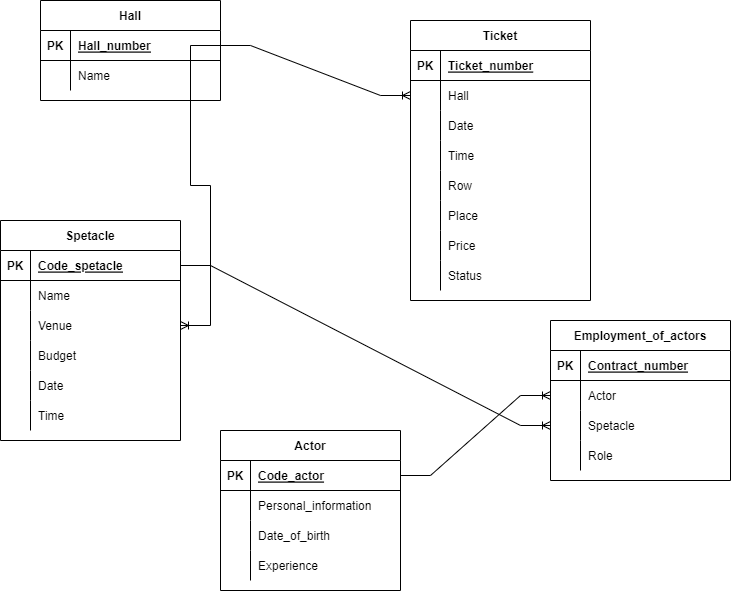
Above: База данных театра-Страница 1.drawio.png in MakarovIS/Data-base (draw.io), before the change. Source tidied: cells renumbered, new cells last; positions are measured from the earlier drawing's top-left corner, leaving out a move shared by most shapes.
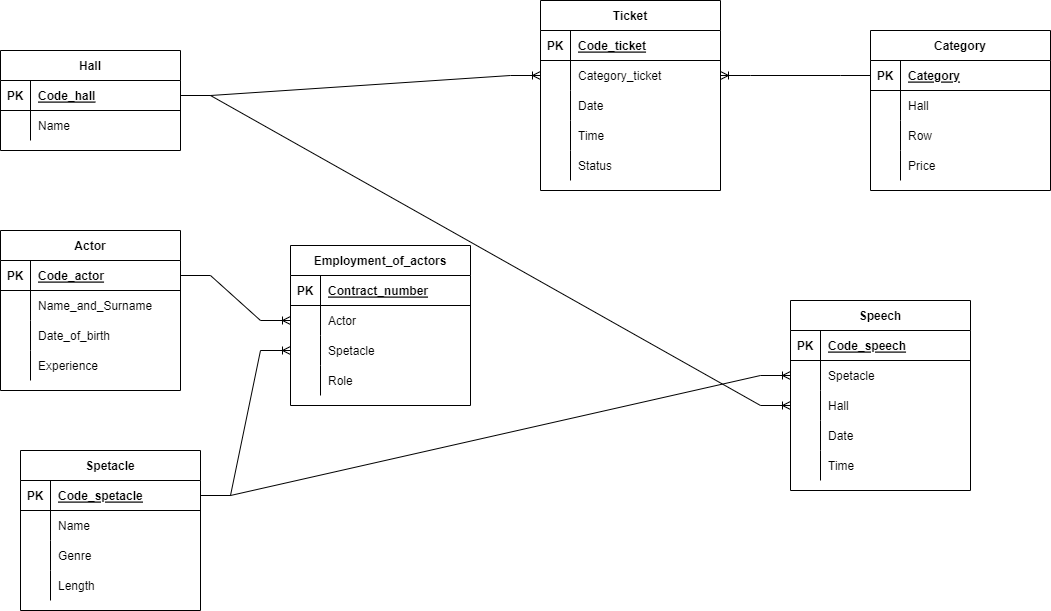
After the change.

Diff of the diagram source:
```diff
@@ -3,7 +3,7 @@
     <mxCell id="0" />
     <mxCell id="1" parent="0" />
     <mxCell id="2" value="Actor" style="shape=table;startSize=30;rowLines=0;fontStyle=1;align=center;" parent="1" vertex="1">
-      <mxGeometry x="220" y="430" width="180" height="160" as="geometry" />
+      <mxGeometry x="40" y="240" width="180" height="160" as="geometry" />
     </mxCell>
     <mxCell id="3" style="shape=tableRow;horizontal=0;startSize=0;swimlaneHead=0;swimlaneBody=0;fillColor=none;points=[[0,0.5],[1,0.5]];portConstraint=eastwest;top=0;left=0;right=0;bottom=1;" parent="2" vertex="1">
       <mxGeometry y="30" width="180" height="30" as="geometry" />
@@ -20,7 +20,7 @@
     <mxCell id="7" style="shape=partialRectangle;fillColor=none;top=0;left=0;bottom=0;right=0;overflow=hidden;" parent="6" vertex="1">
       <mxGeometry width="30" height="30" as="geometry" />
     </mxCell>
-    <mxCell id="8" value="Personal_information" style="shape=partialRectangle;fillColor=none;top=0;left=0;bottom=0;right=0;align=left;spacingLeft=6;overflow=hidden;" parent="6" vertex="1">
+    <mxCell id="8" value="Name_and_Surname" style="shape=partialRectangle;fillColor=none;top=0;left=0;bottom=0;right=0;align=left;spacingLeft=6;overflow=hidden;" parent="6" vertex="1">
       <mxGeometry x="30" width="150" height="30" as="geometry" />
     </mxCell>
     <mxCell id="9" style="shape=tableRow;horizontal=0;startSize=0;swimlaneHead=0;swimlaneBody=0;fillColor=none;top=0;left=0;right=0;bottom=0;" parent="2" vertex="1">
@@ -42,7 +42,7 @@
       <mxGeometry x="30" width="150" height="30" as="geometry" />
     </mxCell>
     <mxCell id="15" value="Employment_of_actors" style="shape=table;startSize=30;rowLines=0;fontStyle=1;align=center;" parent="1" vertex="1">
-      <mxGeometry x="550" y="320" width="180" height="160" as="geometry" />
+      <mxGeometry x="330" y="255" width="180" height="160" as="geometry" />
     </mxCell>
     <mxCell id="16" style="shape=tableRow;horizontal=0;startSize=0;swimlaneHead=0;swimlaneBody=0;fillColor=none;top=0;left=0;right=0;bottom=1;" parent="15" vertex="1">
       <mxGeometry y="30" width="180" height="30" as="geometry" />
@@ -81,7 +81,7 @@
       <mxGeometry x="30" width="150" height="30" as="geometry" />
     </mxCell>
     <mxCell id="28" value="Spetacle" style="shape=table;startSize=30;rowLines=0;fontStyle=1;align=center;" parent="1" vertex="1">
-      <mxGeometry y="220" width="180" height="220" as="geometry" />
+      <mxGeometry x="60" y="460" width="180" height="160" as="geometry" />
     </mxCell>
     <mxCell id="29" style="shape=tableRow;horizontal=0;startSize=0;swimlaneHead=0;swimlaneBody=0;fillColor=none;points=[[0,0.5],[1,0.5]];portConstraint=eastwest;top=0;left=0;right=0;bottom=1;" parent="28" vertex="1">
       <mxGeometry y="30" width="180" height="30" as="geometry" />
@@ -101,44 +101,26 @@
     <mxCell id="34" value="Name" style="shape=partialRectangle;fillColor=none;top=0;left=0;bottom=0;right=0;align=left;spacingLeft=6;overflow=hidden;" parent="32" vertex="1">
       <mxGeometry x="30" width="150" height="30" as="geometry" />
     </mxCell>
-    <mxCell id="35" style="shape=tableRow;horizontal=0;startSize=0;swimlaneHead=0;swimlaneBody=0;fillColor=none;points=[[0,0.5],[1,0.5]];portConstraint=eastwest;top=0;left=0;right=0;bottom=0;" parent="28" vertex="1">
-      <mxGeometry y="90" width="180" height="30" as="geometry" />
-    </mxCell>
-    <mxCell id="36" style="shape=partialRectangle;fillColor=none;top=0;left=0;bottom=0;right=0;overflow=hidden;" parent="35" vertex="1">
-      <mxGeometry width="30" height="30" as="geometry" />
-    </mxCell>
-    <mxCell id="37" value="Venue" style="shape=partialRectangle;fillColor=none;top=0;left=0;bottom=0;right=0;align=left;spacingLeft=6;overflow=hidden;" parent="35" vertex="1">
-      <mxGeometry x="30" width="150" height="30" as="geometry" />
-    </mxCell>
-    <mxCell id="38" style="shape=tableRow;horizontal=0;startSize=0;swimlaneHead=0;swimlaneBody=0;fillColor=none;top=0;left=0;right=0;bottom=0;" parent="28" vertex="1">
-      <mxGeometry y="120" width="180" height="30" as="geometry" />
-    </mxCell>
-    <mxCell id="39" style="shape=partialRectangle;fillColor=none;top=0;left=0;bottom=0;right=0;overflow=hidden;" parent="38" vertex="1">
-      <mxGeometry width="30" height="30" as="geometry" />
-    </mxCell>
-    <mxCell id="40" value="Budget" style="shape=partialRectangle;fillColor=none;top=0;left=0;bottom=0;right=0;align=left;spacingLeft=6;overflow=hidden;" parent="38" vertex="1">
-      <mxGeometry x="30" width="150" height="30" as="geometry" />
-    </mxCell>
     <mxCell id="41" style="shape=tableRow;horizontal=0;startSize=0;swimlaneHead=0;swimlaneBody=0;fillColor=none;top=0;left=0;right=0;bottom=0;" parent="28" vertex="1">
-      <mxGeometry y="150" width="180" height="30" as="geometry" />
+      <mxGeometry y="90" width="180" height="30" as="geometry" />
     </mxCell>
     <mxCell id="42" style="shape=partialRectangle;fillColor=none;top=0;left=0;bottom=0;right=0;overflow=hidden;" parent="41" vertex="1">
       <mxGeometry width="30" height="30" as="geometry" />
     </mxCell>
-    <mxCell id="43" value="Date" style="shape=partialRectangle;fillColor=none;top=0;left=0;bottom=0;right=0;align=left;spacingLeft=6;overflow=hidden;" parent="41" vertex="1">
+    <mxCell id="43" value="Genre" style="shape=partialRectangle;fillColor=none;top=0;left=0;bottom=0;right=0;align=left;spacingLeft=6;overflow=hidden;" parent="41" vertex="1">
       <mxGeometry x="30" width="150" height="30" as="geometry" />
     </mxCell>
     <mxCell id="44" style="shape=tableRow;horizontal=0;startSize=0;swimlaneHead=0;swimlaneBody=0;fillColor=none;top=0;left=0;right=0;bottom=0;" parent="28" vertex="1">
-      <mxGeometry y="180" width="180" height="30" as="geometry" />
+      <mxGeometry y="120" width="180" height="30" as="geometry" />
     </mxCell>
     <mxCell id="45" style="shape=partialRectangle;fillColor=none;top=0;left=0;bottom=0;right=0;overflow=hidden;" parent="44" vertex="1">
       <mxGeometry width="30" height="30" as="geometry" />
     </mxCell>
-    <mxCell id="46" value="Time" style="shape=partialRectangle;fillColor=none;top=0;left=0;bottom=0;right=0;align=left;spacingLeft=6;overflow=hidden;" parent="44" vertex="1">
+    <mxCell id="46" value="Length" style="shape=partialRectangle;fillColor=none;top=0;left=0;bottom=0;right=0;align=left;spacingLeft=6;overflow=hidden;" parent="44" vertex="1">
       <mxGeometry x="30" width="150" height="30" as="geometry" />
     </mxCell>
     <mxCell id="47" value="Ticket" style="shape=table;startSize=30;rowLines=0;fontStyle=1;align=center;" parent="1" vertex="1">
-      <mxGeometry x="410" y="20" width="180" height="280" as="geometry" />
+      <mxGeometry x="580" y="10" width="180" height="190" as="geometry" />
     </mxCell>
     <mxCell id="48" style="shape=tableRow;horizontal=0;startSize=0;swimlaneHead=0;swimlaneBody=0;fillColor=none;top=0;left=0;right=0;bottom=1;" parent="47" vertex="1">
       <mxGeometry y="30" width="180" height="30" as="geometry" />
@@ -146,7 +128,7 @@
     <mxCell id="49" value="PK" style="shape=partialRectangle;fillColor=none;top=0;left=0;bottom=0;right=0;fontStyle=1;overflow=hidden;" parent="48" vertex="1">
       <mxGeometry width="30" height="30" as="geometry" />
     </mxCell>
-    <mxCell id="50" value="Ticket_number" style="shape=partialRectangle;fillColor=none;top=0;left=0;bottom=0;right=0;align=left;spacingLeft=6;fontStyle=5;overflow=hidden;" parent="48" vertex="1">
+    <mxCell id="50" value="Code_ticket" style="shape=partialRectangle;fillColor=none;top=0;left=0;bottom=0;right=0;align=left;spacingLeft=6;fontStyle=5;overflow=hidden;" parent="48" vertex="1">
       <mxGeometry x="30" width="150" height="30" as="geometry" />
     </mxCell>
     <mxCell id="51" style="shape=tableRow;horizontal=0;startSize=0;swimlaneHead=0;swimlaneBody=0;fillColor=none;points=[[0,0.5],[1,0.5]];portConstraint=eastwest;top=0;left=0;right=0;bottom=0;" parent="47" vertex="1">
@@ -155,7 +137,7 @@
     <mxCell id="52" style="shape=partialRectangle;fillColor=none;top=0;left=0;bottom=0;right=0;overflow=hidden;" parent="51" vertex="1">
       <mxGeometry width="30" height="30" as="geometry" />
     </mxCell>
-    <mxCell id="53" value="Hall" style="shape=partialRectangle;fillColor=none;top=0;left=0;bottom=0;right=0;align=left;spacingLeft=6;overflow=hidden;" parent="51" vertex="1">
+    <mxCell id="53" value="Category_ticket" style="shape=partialRectangle;fillColor=none;top=0;left=0;bottom=0;right=0;align=left;spacingLeft=6;overflow=hidden;" parent="51" vertex="1">
       <mxGeometry x="30" width="150" height="30" as="geometry" />
     </mxCell>
     <mxCell id="54" style="shape=tableRow;horizontal=0;startSize=0;swimlaneHead=0;swimlaneBody=0;fillColor=none;top=0;left=0;right=0;bottom=0;" parent="47" vertex="1">
@@ -176,35 +158,8 @@
     <mxCell id="59" value="Time" style="shape=partialRectangle;fillColor=none;top=0;left=0;bottom=0;right=0;align=left;spacingLeft=6;overflow=hidden;" parent="57" vertex="1">
       <mxGeometry x="30" width="150" height="30" as="geometry" />
     </mxCell>
-    <mxCell id="60" style="shape=tableRow;horizontal=0;startSize=0;swimlaneHead=0;swimlaneBody=0;fillColor=none;top=0;left=0;right=0;bottom=0;" parent="47" vertex="1">
-      <mxGeometry y="150" width="180" height="30" as="geometry" />
-    </mxCell>
-    <mxCell id="61" style="shape=partialRectangle;fillColor=none;top=0;left=0;bottom=0;right=0;overflow=hidden;" parent="60" vertex="1">
-      <mxGeometry width="30" height="30" as="geometry" />
-    </mxCell>
-    <mxCell id="62" value="Row" style="shape=partialRectangle;fillColor=none;top=0;left=0;bottom=0;right=0;align=left;spacingLeft=6;overflow=hidden;" parent="60" vertex="1">
-      <mxGeometry x="30" width="150" height="30" as="geometry" />
-    </mxCell>
-    <mxCell id="63" style="shape=tableRow;horizontal=0;startSize=0;swimlaneHead=0;swimlaneBody=0;fillColor=none;top=0;left=0;right=0;bottom=0;" parent="47" vertex="1">
-      <mxGeometry y="180" width="180" height="30" as="geometry" />
-    </mxCell>
-    <mxCell id="64" style="shape=partialRectangle;fillColor=none;top=0;left=0;bottom=0;right=0;overflow=hidden;" parent="63" vertex="1">
-      <mxGeometry width="30" height="30" as="geometry" />
-    </mxCell>
-    <mxCell id="65" value="Place" style="shape=partialRectangle;fillColor=none;top=0;left=0;bottom=0;right=0;align=left;spacingLeft=6;overflow=hidden;" parent="63" vertex="1">
-      <mxGeometry x="30" width="150" height="30" as="geometry" />
-    </mxCell>
-    <mxCell id="66" style="shape=tableRow;horizontal=0;startSize=0;swimlaneHead=0;swimlaneBody=0;fillColor=none;top=0;left=0;right=0;bottom=0;" parent="47" vertex="1">
-      <mxGeometry y="210" width="180" height="30" as="geometry" />
-    </mxCell>
-    <mxCell id="67" style="shape=partialRectangle;fillColor=none;top=0;left=0;bottom=0;right=0;overflow=hidden;" parent="66" vertex="1">
-      <mxGeometry width="30" height="30" as="geometry" />
-    </mxCell>
-    <mxCell id="68" value="Price" style="shape=partialRectangle;fillColor=none;top=0;left=0;bottom=0;right=0;align=left;spacingLeft=6;overflow=hidden;" parent="66" vertex="1">
-      <mxGeometry x="30" width="150" height="30" as="geometry" />
-    </mxCell>
     <mxCell id="69" style="shape=tableRow;horizontal=0;startSize=0;swimlaneHead=0;swimlaneBody=0;fillColor=none;top=0;left=0;right=0;bottom=0;" parent="47" vertex="1">
-      <mxGeometry y="240" width="180" height="30" as="geometry" />
+      <mxGeometry y="150" width="180" height="30" as="geometry" />
     </mxCell>
     <mxCell id="70" style="shape=partialRectangle;fillColor=none;top=0;left=0;bottom=0;right=0;overflow=hidden;" parent="69" vertex="1">
       <mxGeometry width="30" height="30" as="geometry" />
@@ -213,7 +168,7 @@
       <mxGeometry x="30" width="150" height="30" as="geometry" />
     </mxCell>
     <mxCell id="72" value="Hall" style="shape=table;startSize=30;rowLines=0;fontStyle=1;align=center;" parent="1" vertex="1">
-      <mxGeometry x="40" width="180" height="100" as="geometry" />
+      <mxGeometry x="40" y="60" width="180" height="100" as="geometry" />
     </mxCell>
     <mxCell id="73" style="shape=tableRow;horizontal=0;startSize=0;swimlaneHead=0;swimlaneBody=0;fillColor=none;points=[[0,0.5],[1,0.5]];portConstraint=eastwest;top=0;left=0;right=0;bottom=1;" parent="72" vertex="1">
       <mxGeometry y="30" width="180" height="30" as="geometry" />
@@ -221,7 +176,7 @@
     <mxCell id="74" value="PK" style="shape=partialRectangle;fillColor=none;top=0;left=0;bottom=0;right=0;fontStyle=1;overflow=hidden;" parent="73" vertex="1">
       <mxGeometry width="30" height="30" as="geometry" />
     </mxCell>
-    <mxCell id="75" value="Hall_number" style="shape=partialRectangle;fillColor=none;top=0;left=0;bottom=0;right=0;align=left;spacingLeft=6;fontStyle=5;overflow=hidden;" parent="73" vertex="1">
+    <mxCell id="75" value="Code_hall" style="shape=partialRectangle;fillColor=none;top=0;left=0;bottom=0;right=0;align=left;spacingLeft=6;fontStyle=5;overflow=hidden;" parent="73" vertex="1">
       <mxGeometry x="30" width="150" height="30" as="geometry" />
     </mxCell>
     <mxCell id="76" style="shape=tableRow;horizontal=0;startSize=0;swimlaneHead=0;swimlaneBody=0;fillColor=none;top=0;left=0;right=0;bottom=0;" parent="72" vertex="1">
@@ -239,10 +194,103 @@
     <mxCell id="80" style="edgeStyle=entityRelationEdgeStyle;fontSize=12;html=1;endArrow=ERoneToMany;rounded=0;exitX=1;exitY=0.5;exitDx=0;exitDy=0;entryX=0;entryY=0.5;entryDx=0;entryDy=0;" parent="1" edge="1" source="3" target="19">
       <mxGeometry relative="1" as="geometry" />
     </mxCell>
-    <mxCell id="81" style="edgeStyle=entityRelationEdgeStyle;fontSize=12;html=1;endArrow=ERoneToMany;rounded=0;exitX=1;exitY=0.5;exitDx=0;exitDy=0;entryX=1;entryY=0.5;entryDx=0;entryDy=0;" parent="1" edge="1" source="73" target="35">
+    <mxCell id="81" style="edgeStyle=entityRelationEdgeStyle;fontSize=12;html=1;endArrow=ERoneToMany;rounded=0;exitX=1;exitY=0.5;exitDx=0;exitDy=0;entryX=0;entryY=0.5;entryDx=0;entryDy=0;" parent="1" edge="1" source="73" target="102">
       <mxGeometry relative="1" as="geometry" />
     </mxCell>
+    <mxCell id="83" value="Category" style="shape=table;startSize=30;rowLines=0;fontStyle=1;align=center;" parent="1" vertex="1">
+      <mxGeometry x="910" y="40" width="180" height="160" as="geometry" />
+    </mxCell>
+    <mxCell id="84" style="shape=tableRow;horizontal=0;startSize=0;swimlaneHead=0;swimlaneBody=0;fillColor=none;points=[[0,0.5],[1,0.5]];portConstraint=eastwest;top=0;left=0;right=0;bottom=1;" parent="83" vertex="1">
+      <mxGeometry y="30" width="180" height="30" as="geometry" />
+    </mxCell>
+    <mxCell id="85" value="PK" style="shape=partialRectangle;fillColor=none;top=0;left=0;bottom=0;right=0;fontStyle=1;overflow=hidden;" parent="84" vertex="1">
+      <mxGeometry width="30" height="30" as="geometry" />
+    </mxCell>
+    <mxCell id="86" value="Category" style="shape=partialRectangle;fillColor=none;top=0;left=0;bottom=0;right=0;align=left;spacingLeft=6;fontStyle=5;overflow=hidden;" parent="84" vertex="1">
+      <mxGeometry x="30" width="150" height="30" as="geometry" />
+    </mxCell>
+    <mxCell id="87" style="shape=tableRow;horizontal=0;startSize=0;swimlaneHead=0;swimlaneBody=0;fillColor=none;top=0;left=0;right=0;bottom=0;" parent="83" vertex="1">
+      <mxGeometry y="60" width="180" height="30" as="geometry" />
+    </mxCell>
+    <mxCell id="88" style="shape=partialRectangle;fillColor=none;top=0;left=0;bottom=0;right=0;overflow=hidden;" parent="87" vertex="1">
+      <mxGeometry width="30" height="30" as="geometry" />
+    </mxCell>
+    <mxCell id="89" value="Hall" style="shape=partialRectangle;fillColor=none;top=0;left=0;bottom=0;right=0;align=left;spacingLeft=6;overflow=hidden;" parent="87" vertex="1">
+      <mxGeometry x="30" width="150" height="30" as="geometry" />
+    </mxCell>
+    <mxCell id="90" style="shape=tableRow;horizontal=0;startSize=0;swimlaneHead=0;swimlaneBody=0;fillColor=none;top=0;left=0;right=0;bottom=0;" parent="83" vertex="1">
+      <mxGeometry y="90" width="180" height="30" as="geometry" />
+    </mxCell>
+    <mxCell id="91" style="shape=partialRectangle;fillColor=none;top=0;left=0;bottom=0;right=0;overflow=hidden;" parent="90" vertex="1">
+      <mxGeometry width="30" height="30" as="geometry" />
+    </mxCell>
+    <mxCell id="62" value="Row" style="shape=partialRectangle;fillColor=none;top=0;left=0;bottom=0;right=0;align=left;spacingLeft=6;overflow=hidden;" parent="90" vertex="1">
+      <mxGeometry x="30" width="150" height="30" as="geometry" />
+    </mxCell>
+    <mxCell id="92" style="shape=tableRow;horizontal=0;startSize=0;swimlaneHead=0;swimlaneBody=0;fillColor=none;top=0;left=0;right=0;bottom=0;" parent="83" vertex="1">
+      <mxGeometry y="120" width="180" height="30" as="geometry" />
+    </mxCell>
+    <mxCell id="93" style="shape=partialRectangle;fillColor=none;top=0;left=0;bottom=0;right=0;overflow=hidden;" parent="92" vertex="1">
+      <mxGeometry width="30" height="30" as="geometry" />
+    </mxCell>
+    <mxCell id="68" value="Price" style="shape=partialRectangle;fillColor=none;top=0;left=0;bottom=0;right=0;align=left;spacingLeft=6;overflow=hidden;" parent="92" vertex="1">
+      <mxGeometry x="30" width="150" height="30" as="geometry" />
+    </mxCell>
+    <mxCell id="94" style="edgeStyle=entityRelationEdgeStyle;fontSize=12;html=1;endArrow=ERoneToMany;rounded=0;exitX=0;exitY=0.5;exitDx=0;exitDy=0;entryX=1;entryY=0.5;entryDx=0;entryDy=0;" parent="1" edge="1" source="84" target="51">
+      <mxGeometry relative="1" as="geometry" />
+    </mxCell>
+    <mxCell id="95" value="Speech" style="shape=table;startSize=30;rowLines=0;fontStyle=1;align=center;" parent="1" vertex="1">
+      <mxGeometry x="830" y="310" width="180" height="190" as="geometry" />
+    </mxCell>
+    <mxCell id="96" style="shape=tableRow;horizontal=0;startSize=0;swimlaneHead=0;swimlaneBody=0;fillColor=none;top=0;left=0;right=0;bottom=1;" parent="95" vertex="1">
+      <mxGeometry y="30" width="180" height="30" as="geometry" />
+    </mxCell>
+    <mxCell id="97" value="PK" style="shape=partialRectangle;fillColor=none;top=0;left=0;bottom=0;right=0;fontStyle=1;overflow=hidden;" parent="96" vertex="1">
+      <mxGeometry width="30" height="30" as="geometry" />
+    </mxCell>
+    <mxCell id="98" value="Code_speech" style="shape=partialRectangle;fillColor=none;top=0;left=0;bottom=0;right=0;align=left;spacingLeft=6;fontStyle=5;overflow=hidden;" parent="96" vertex="1">
+      <mxGeometry x="30" width="150" height="30" as="geometry" />
+    </mxCell>
+    <mxCell id="99" style="shape=tableRow;horizontal=0;startSize=0;swimlaneHead=0;swimlaneBody=0;fillColor=none;points=[[0,0.5],[1,0.5]];portConstraint=eastwest;top=0;left=0;right=0;bottom=0;" parent="95" vertex="1">
+      <mxGeometry y="60" width="180" height="30" as="geometry" />
+    </mxCell>
+    <mxCell id="100" style="shape=partialRectangle;fillColor=none;top=0;left=0;bottom=0;right=0;overflow=hidden;" parent="99" vertex="1">
+      <mxGeometry width="30" height="30" as="geometry" />
+    </mxCell>
+    <mxCell id="101" value="Spetacle" style="shape=partialRectangle;fillColor=none;top=0;left=0;bottom=0;right=0;align=left;spacingLeft=6;overflow=hidden;" parent="99" vertex="1">
+      <mxGeometry x="30" width="150" height="30" as="geometry" />
+    </mxCell>
+    <mxCell id="102" style="shape=tableRow;horizontal=0;startSize=0;swimlaneHead=0;swimlaneBody=0;fillColor=none;points=[[0,0.5],[1,0.5]];portConstraint=eastwest;top=0;left=0;right=0;bottom=0;" parent="95" vertex="1">
+      <mxGeometry y="90" width="180" height="30" as="geometry" />
+    </mxCell>
+    <mxCell id="103" style="shape=partialRectangle;fillColor=none;top=0;left=0;bottom=0;right=0;overflow=hidden;" parent="102" vertex="1">
+      <mxGeometry width="30" height="30" as="geometry" />
+    </mxCell>
+    <mxCell id="104" value="Hall" style="shape=partialRectangle;fillColor=none;top=0;left=0;bottom=0;right=0;align=left;spacingLeft=6;overflow=hidden;" parent="102" vertex="1">
+      <mxGeometry x="30" width="150" height="30" as="geometry" />
+    </mxCell>
+    <mxCell id="105" style="shape=tableRow;horizontal=0;startSize=0;swimlaneHead=0;swimlaneBody=0;fillColor=none;top=0;left=0;right=0;bottom=0;" parent="95" vertex="1">
+      <mxGeometry y="120" width="180" height="30" as="geometry" />
+    </mxCell>
+    <mxCell id="106" style="shape=partialRectangle;fillColor=none;top=0;left=0;bottom=0;right=0;overflow=hidden;" parent="105" vertex="1">
+      <mxGeometry width="30" height="30" as="geometry" />
+    </mxCell>
+    <mxCell id="107" value="Date" style="shape=partialRectangle;fillColor=none;top=0;left=0;bottom=0;right=0;align=left;spacingLeft=6;overflow=hidden;" parent="105" vertex="1">
+      <mxGeometry x="30" width="150" height="30" as="geometry" />
+    </mxCell>
+    <mxCell id="60" style="shape=tableRow;horizontal=0;startSize=0;swimlaneHead=0;swimlaneBody=0;fillColor=none;top=0;left=0;right=0;bottom=0;" parent="95" vertex="1">
+      <mxGeometry y="150" width="180" height="30" as="geometry" />
+    </mxCell>
+    <mxCell id="108" style="shape=partialRectangle;fillColor=none;top=0;left=0;bottom=0;right=0;overflow=hidden;" parent="60" vertex="1">
+      <mxGeometry width="30" height="30" as="geometry" />
+    </mxCell>
+    <mxCell id="109" value="Time" style="shape=partialRectangle;fillColor=none;top=0;left=0;bottom=0;right=0;align=left;spacingLeft=6;overflow=hidden;" parent="60" vertex="1">
+      <mxGeometry x="30" width="150" height="30" as="geometry" />
+    </mxCell>
+    <mxCell id="110" style="edgeStyle=entityRelationEdgeStyle;fontSize=12;html=1;endArrow=ERoneToMany;rounded=0;exitX=1;exitY=0.5;exitDx=0;exitDy=0;entryX=0;entryY=0.5;entryDx=0;entryDy=0;" parent="1" edge="1" source="29" target="99">
+      <mxGeometry relative="1" as="geometry" />
+    </mxCell>
-    <mxCell id="82" style="edgeStyle=entityRelationEdgeStyle;fontSize=12;html=1;endArrow=ERoneToMany;rounded=0;exitX=1;exitY=0.5;exitDx=0;exitDy=0;entryX=0;entryY=0.5;entryDx=0;entryDy=0;" parent="1" edge="1" source="29" target="22">
+    <mxCell id="82" style="edgeStyle=entityRelationEdgeStyle;fontSize=12;html=1;endArrow=ERoneToMany;rounded=0;entryX=0;entryY=0.5;entryDx=0;entryDy=0;" parent="1" edge="1" source="29" target="22">
       <mxGeometry relative="1" as="geometry" />
     </mxCell>
   </root>
```
